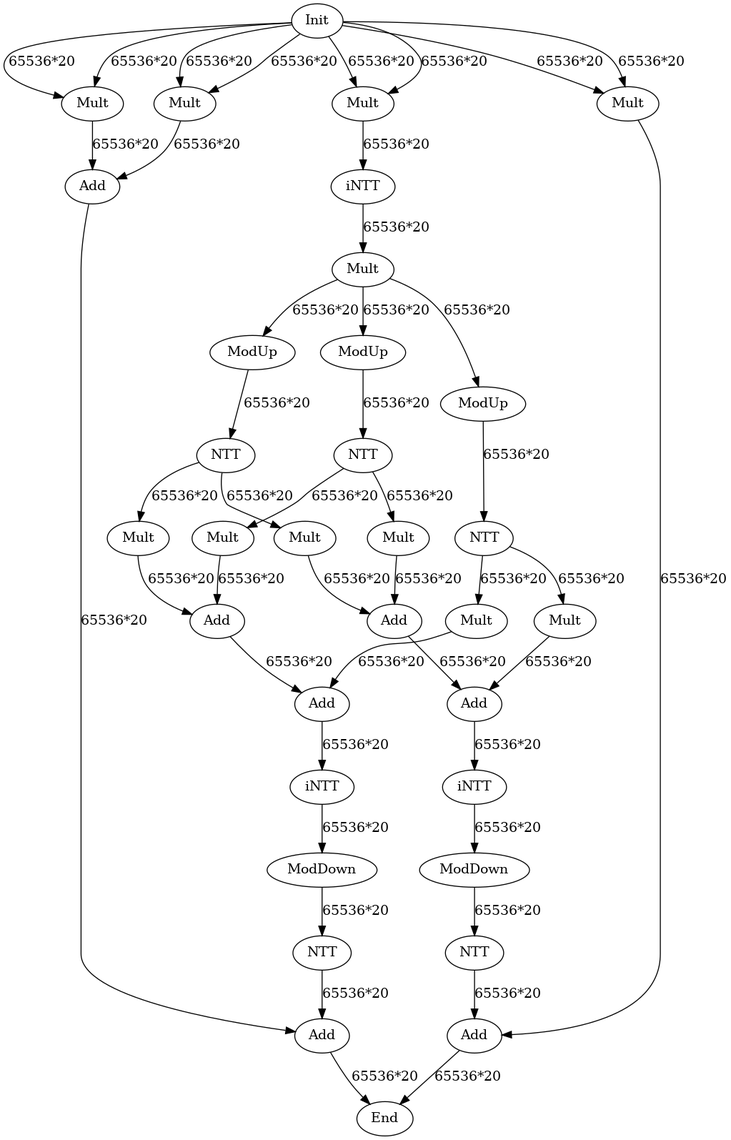
This is data/graph_poly_hmult.dot.png from hal-lab-u-tokyo/PolyFHE, a Graphviz export, as it was before one commit. Its source is kept beside it as data/graph_poly_hmult.dot.
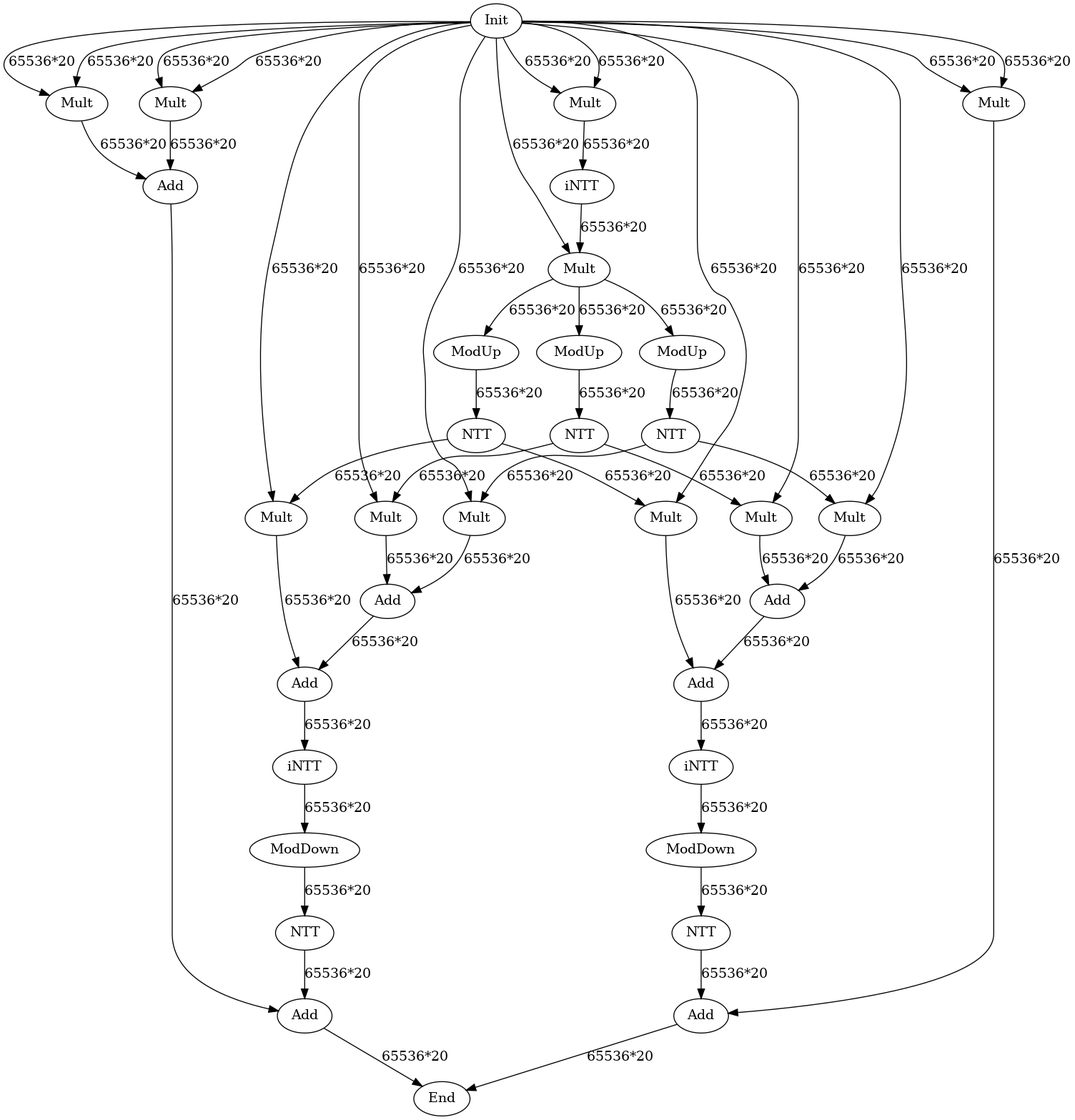
After the commit.

What changed in the source:
```diff
@@ -40,6 +40,13 @@
 Init -> Mult_BxAx[label="65536*20"];
 Init -> Mult_BxBx[label="65536*20"];
 Init -> Mult_BxBx[label="65536*20"];
+Init -> MultKey_0_ax[label="65536*20"];
+Init -> MultKey_0_bx[label="65536*20"];
+Init -> MultKey_1_ax[label="65536*20"];
+Init -> MultKey_1_bx[label="65536*20"];
+Init -> MultKey_2_ax[label="65536*20"];
+Init -> MultKey_2_bx[label="65536*20"];
+Init -> Mult_Decomp[label="65536*20"];
 Mult_AxBx -> Add_AxBx[label="65536*20"];
 Mult_BxAx -> Add_AxBx[label="65536*20"];
 Mult_AxAx -> iNTT[label="65536*20"];
```
